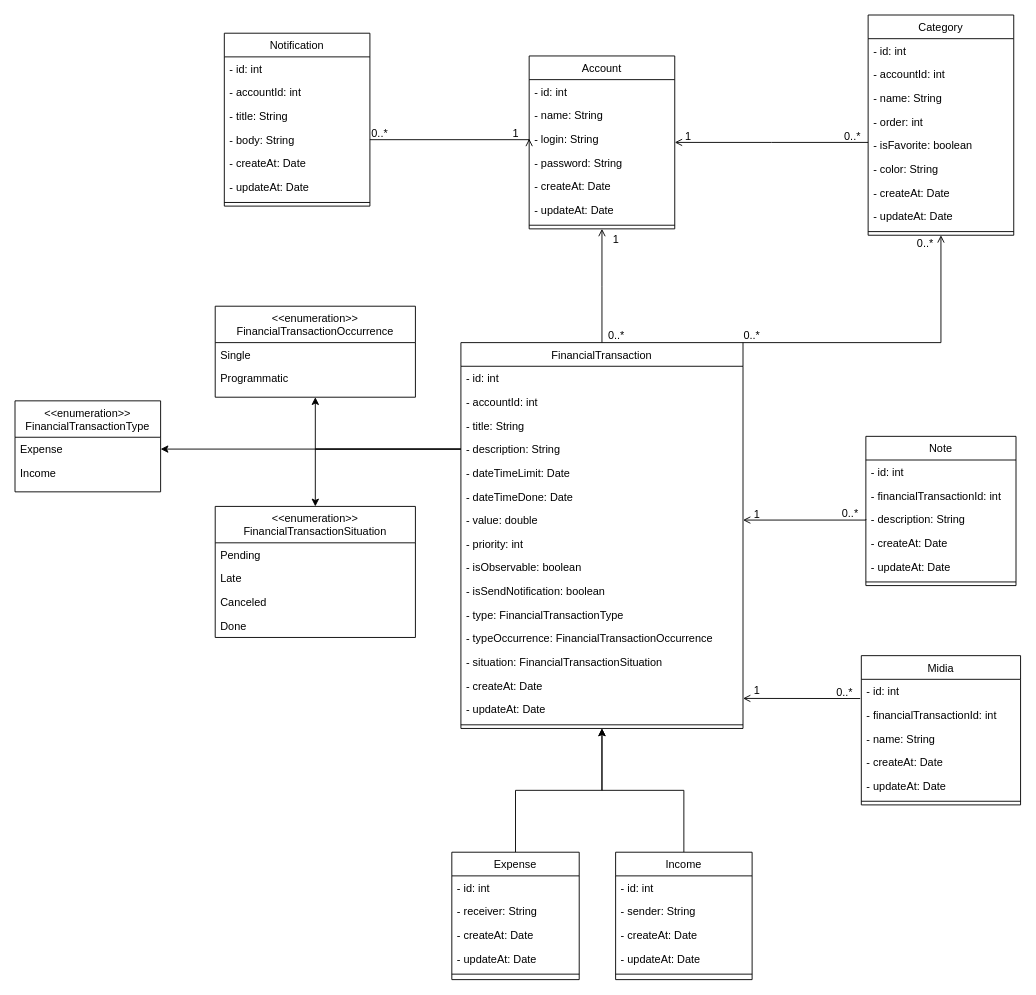
Before: docs/class.diagram.drawio in Danrley-Ruan-Saquetti/esliph-finance, a draw.io diagram. Source tidied: cells renumbered, new cells numbered last; positions are measured from the earlier drawing's top-left corner, leaving out a move shared by most shapes. Both pictures are drawn from the tidied source at 91%, with x=0, y=0 at pixel (15, 15).
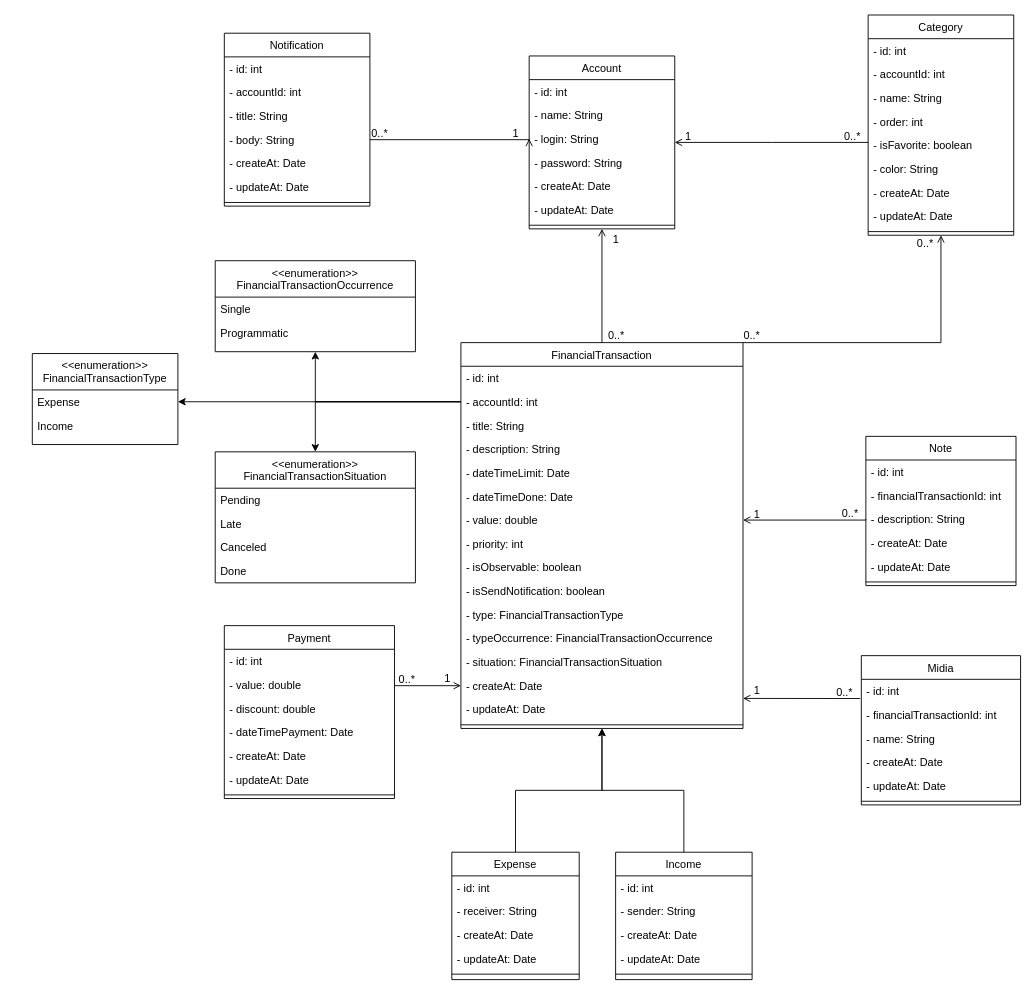
The same page after the edit.

Unchanged cells that the change refers to:
```xml
<mxCell id="28" value="- accountId: int" style="text;align=left;verticalAlign=top;spacingLeft=4;spacingRight=4;overflow=hidden;points=[[0,0.5],[1,0.5]];portConstraint=eastwest;" parent="26" vertex="1">
  <mxGeometry y="52" width="310" height="26" as="geometry" />
</mxCell>
<mxCell id="30" value="- description: String" style="text;align=left;verticalAlign=top;spacingLeft=4;spacingRight=4;overflow=hidden;points=[[0,0.5],[1,0.5]];portConstraint=eastwest;" parent="26" vertex="1">
  <mxGeometry y="104" width="310" height="26" as="geometry" />
</mxCell>
<mxCell id="40" value="- createAt: Date" style="text;align=left;verticalAlign=top;spacingLeft=4;spacingRight=4;overflow=hidden;points=[[0,0.5],[1,0.5]];portConstraint=eastwest;rounded=0;shadow=0;html=0;" parent="26" vertex="1">
  <mxGeometry y="364" width="310" height="26" as="geometry" />
</mxCell>
<mxCell id="44" value="Expense" style="text;align=left;verticalAlign=top;spacingLeft=4;spacingRight=4;overflow=hidden;points=[[0,0.5],[1,0.5]];portConstraint=eastwest;" parent="43" vertex="1">
  <mxGeometry y="40" width="160" height="26" as="geometry" />
</mxCell>
```

Change to the diagram source:
```diff
@@
-    <mxCell id="23" style="edgeStyle=orthogonalEdgeStyle;rounded=0;jettySize=auto;html=1;entryX=1;entryY=0.5;entryDx=0;entryDy=0;exitX=0;exitY=0.5;exitDx=0;exitDy=0;" parent="1" edge="1" source="30" target="44">
+    <mxCell id="23" style="edgeStyle=orthogonalEdgeStyle;rounded=0;jettySize=auto;html=1;exitX=0;exitY=0.5;exitDx=0;exitDy=0;entryX=1;entryY=0.5;entryDx=0;entryDy=0;" parent="1" edge="1" source="28" target="44">
       <mxGeometry relative="1" as="geometry" />
     </mxCell>
-    <mxCell id="24" style="edgeStyle=orthogonalEdgeStyle;rounded=0;jettySize=auto;html=1;entryX=0.5;entryY=1;entryDx=0;entryDy=0;exitX=0;exitY=0.5;exitDx=0;exitDy=0;" parent="1" edge="1" source="30" target="46">
+    <mxCell id="24" style="edgeStyle=orthogonalEdgeStyle;rounded=0;jettySize=auto;html=1;entryX=0.5;entryY=1;entryDx=0;entryDy=0;exitX=0;exitY=0.5;exitDx=0;exitDy=0;" parent="1" edge="1" source="28" target="46">
       <mxGeometry relative="1" as="geometry" />
     </mxCell>
-    <mxCell id="25" style="edgeStyle=orthogonalEdgeStyle;rounded=0;jettySize=auto;html=1;entryX=0.5;entryY=0;entryDx=0;entryDy=0;exitX=0;exitY=0.5;exitDx=0;exitDy=0;" parent="1" edge="1" source="30" target="49">
+    <mxCell id="25" style="edgeStyle=orthogonalEdgeStyle;rounded=0;jettySize=auto;html=1;entryX=0.5;entryY=0;entryDx=0;entryDy=0;" parent="1" edge="1" source="28" target="49">
       <mxGeometry relative="1" as="geometry" />
     </mxCell>
@@
     <mxCell id="43" value="&lt;&lt;enumeration&gt;&gt;&#10;FinancialTransactionType" style="swimlane;fontStyle=0;align=center;verticalAlign=top;horizontal=1;startSize=40;rounded=0;shadow=0;strokeWidth=1;" parent="1" vertex="1">
-      <mxGeometry y="424" width="160" height="100" as="geometry" />
+      <mxGeometry x="19" y="372" width="160" height="100" as="geometry" />
     </mxCell>
@@
     <mxCell id="46" value="&lt;&lt;enumeration&gt;&gt;&#10;FinancialTransactionOccurrence" style="swimlane;fontStyle=0;align=center;verticalAlign=top;horizontal=1;startSize=40;rounded=0;shadow=0;strokeWidth=1;" parent="1" vertex="1">
-      <mxGeometry x="220" y="320" width="220" height="100" as="geometry" />
+      <mxGeometry x="220" y="270" width="220" height="100" as="geometry" />
     </mxCell>
@@
     <mxCell id="49" value="&lt;&lt;enumeration&gt;&gt;&#10;FinancialTransactionSituation" style="swimlane;fontStyle=0;align=center;verticalAlign=top;horizontal=1;startSize=40;rounded=0;shadow=0;strokeWidth=1;" parent="1" vertex="1">
-      <mxGeometry x="220" y="540" width="220" height="144" as="geometry" />
+      <mxGeometry x="220" y="480" width="220" height="144" as="geometry" />
     </mxCell>
@@
+    <mxCell id="105" value="Payment" style="swimlane;fontStyle=0;align=center;verticalAlign=top;horizontal=1;startSize=26;rounded=0;shadow=0;strokeWidth=1;" parent="1" vertex="1">
+      <mxGeometry x="230" y="671" width="187" height="190" as="geometry" />
+    </mxCell>
+    <mxCell id="106" value="- id: int" style="text;align=left;verticalAlign=top;spacingLeft=4;spacingRight=4;overflow=hidden;" parent="105" vertex="1">
+      <mxGeometry y="26" width="187" height="26" as="geometry" />
+    </mxCell>
+    <mxCell id="107" value="- value: double" style="text;align=left;verticalAlign=top;spacingLeft=4;spacingRight=4;overflow=hidden;points=[[0,0.5],[1,0.5]];portConstraint=eastwest;" parent="105" vertex="1">
+      <mxGeometry y="52" width="187" height="26" as="geometry" />
+    </mxCell>
+    <mxCell id="108" value="- discount: double" style="text;align=left;verticalAlign=top;spacingLeft=4;spacingRight=4;overflow=hidden;" parent="105" vertex="1">
+      <mxGeometry y="78" width="187" height="26" as="geometry" />
+    </mxCell>
+    <mxCell id="109" value="- dateTimePayment: Date" style="text;align=left;verticalAlign=top;spacingLeft=4;spacingRight=4;overflow=hidden;" parent="105" vertex="1">
+      <mxGeometry y="104" width="187" height="26" as="geometry" />
+    </mxCell>
+    <mxCell id="110" value="- createAt: Date" style="text;align=left;verticalAlign=top;spacingLeft=4;spacingRight=4;overflow=hidden;rounded=0;shadow=0;html=0;" parent="105" vertex="1">
+      <mxGeometry y="130" width="187" height="26" as="geometry" />
+    </mxCell>
+    <mxCell id="111" value="- updateAt: Date" style="text;align=left;verticalAlign=top;spacingLeft=4;spacingRight=4;overflow=hidden;rounded=0;shadow=0;html=0;" parent="105" vertex="1">
+      <mxGeometry y="156" width="187" height="26" as="geometry" />
+    </mxCell>
+    <mxCell id="112" style="line;html=1;strokeWidth=1;align=left;verticalAlign=middle;spacingTop=-1;spacingLeft=3;spacingRight=3;labelPosition=right;" parent="105" vertex="1">
+      <mxGeometry y="182" width="187" height="8" as="geometry" />
+    </mxCell>
+    <mxCell id="113" style="endArrow=open;shadow=0;strokeWidth=1;rounded=0;endFill=1;edgeStyle=elbowEdgeStyle;elbow=vertical;exitX=1;exitY=0.5;exitDx=0;exitDy=0;entryX=0;entryY=0.5;entryDx=0;entryDy=0;" parent="1" edge="1" source="107" target="40">
+      <mxGeometry x="0.5" y="41" relative="1" as="geometry">
+        <mxPoint x="-40" y="32" as="offset" />
+      </mxGeometry>
+    </mxCell>
+    <mxCell id="114" value="0..*" style="align=left;verticalAlign=bottom;labelBackgroundColor=none;fontSize=12;" parent="113" vertex="1">
+      <mxGeometry x="-1" relative="1" as="geometry">
+        <mxPoint x="3" y="2" as="offset" />
+      </mxGeometry>
+    </mxCell>
+    <mxCell id="115" value="1" style="align=right;verticalAlign=bottom;labelBackgroundColor=none;fontSize=12;" parent="113" vertex="1">
+      <mxGeometry x="1" relative="1" as="geometry">
+        <mxPoint x="-10" as="offset" />
+      </mxGeometry>
+    </mxCell>
```
